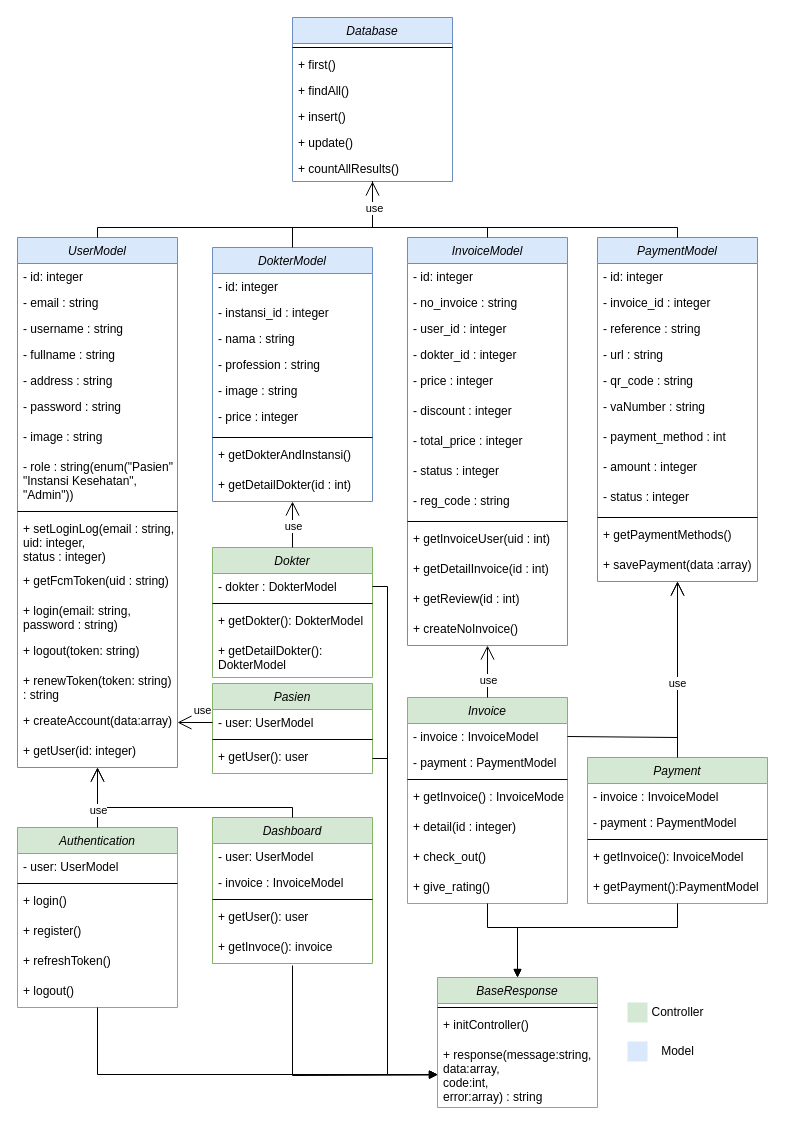
codernewbie04/MyDoc keeps this draw.io diagram as page "Revisi 1.1" (2 of 5) of documents/Class Diagram.drawio. Above is the earlier version. Source tidied: cells renumbered, new cells numbered last; positions are measured from the earlier drawing's top-left corner, leaving out a move shared by most shapes. Both pictures are drawn from the tidied source at 100%, with x=0, y=0 at pixel (17, 17).
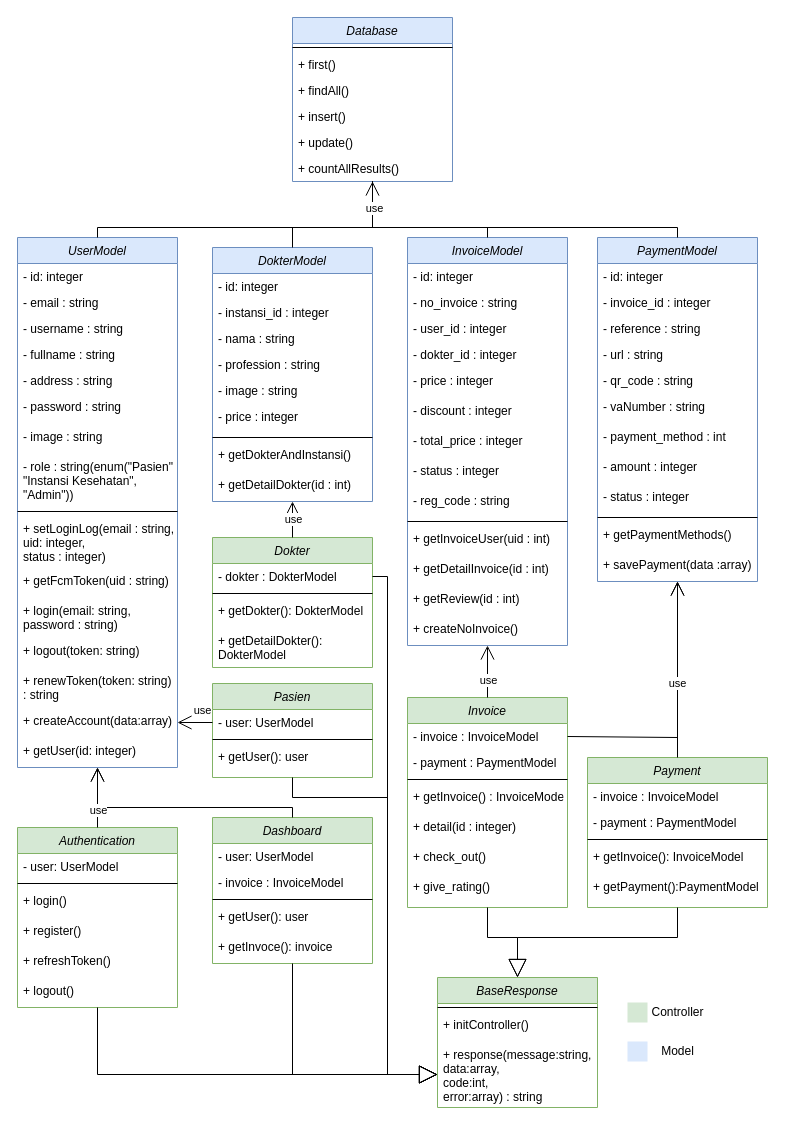
Above is the later version.

Unchanged cells that the change refers to:
```xml
<mxCell id="68" value="Dashboard" style="swimlane;fontStyle=2;align=center;verticalAlign=top;horizontal=1;startSize=26;rounded=0;shadow=0;strokeWidth=1;fillColor=#d5e8d4;strokeColor=#82b366;" parent="1" vertex="1">
  <mxGeometry x="195" y="800" width="160" height="146" as="geometry" />
</mxCell>
<mxCell id="74" value="Authentication" style="swimlane;fontStyle=2;align=center;verticalAlign=top;horizontal=1;startSize=26;rounded=0;shadow=0;strokeWidth=1;fillColor=#d5e8d4;strokeColor=#82b366;" parent="1" vertex="1">
  <mxGeometry y="810" width="160" height="180" as="geometry" />
</mxCell>
<mxCell id="84" value="+ getUser(): user" style="text;align=left;verticalAlign=top;spacingLeft=4;spacingRight=4;overflow=hidden;points=[[0,0.5],[1,0.5]];portConstraint=eastwest;rounded=0;shadow=0;html=0;" parent="81" vertex="1">
  <mxGeometry y="60" width="160" height="30" as="geometry" />
</mxCell>
<mxCell id="99" value="BaseResponse" style="swimlane;fontStyle=2;align=center;verticalAlign=top;horizontal=1;startSize=26;rounded=0;shadow=0;strokeWidth=1;fillColor=#d5e8d4;strokeColor=#82b366;" parent="1" vertex="1">
  <mxGeometry x="420" y="960" width="160" height="130" as="geometry" />
</mxCell>
<mxCell id="102" value="+ response(message:string, &#10;data:array, &#10;code:int, &#10;error:array) : string" style="text;align=left;verticalAlign=top;spacingLeft=4;spacingRight=4;overflow=hidden;points=[[0,0.5],[1,0.5]];portConstraint=eastwest;rounded=0;shadow=0;html=0;" parent="99" vertex="1">
  <mxGeometry y="64" width="160" height="66" as="geometry" />
</mxCell>
<mxCell id="109" value="- dokter : DokterModel" style="text;align=left;verticalAlign=top;spacingLeft=4;spacingRight=4;overflow=hidden;points=[[0,0.5],[1,0.5]];portConstraint=eastwest;" parent="108" vertex="1">
  <mxGeometry y="26" width="160" height="26" as="geometry" />
</mxCell>
```

The edit, as a diff of the source:
```diff
@@
     <mxCell id="81" value="Pasien" style="swimlane;fontStyle=2;align=center;verticalAlign=top;horizontal=1;startSize=26;rounded=0;shadow=0;strokeWidth=1;fillColor=#d5e8d4;strokeColor=#82b366;" parent="1" vertex="1">
-      <mxGeometry x="195" y="666" width="160" height="90" as="geometry" />
+      <mxGeometry x="195" y="666" width="160" height="94" as="geometry" />
     </mxCell>
@@
     <mxCell id="85" value="Invoice" style="swimlane;fontStyle=2;align=center;verticalAlign=top;horizontal=1;startSize=26;rounded=0;shadow=0;strokeWidth=1;fillColor=#d5e8d4;strokeColor=#82b366;" parent="1" vertex="1">
-      <mxGeometry x="390" y="680" width="160" height="206" as="geometry" />
+      <mxGeometry x="390" y="680" width="160" height="210" as="geometry" />
     </mxCell>
@@
     <mxCell id="93" value="Payment" style="swimlane;fontStyle=2;align=center;verticalAlign=top;horizontal=1;startSize=26;rounded=0;shadow=0;strokeWidth=1;fillColor=#d5e8d4;strokeColor=#82b366;" parent="1" vertex="1">
-      <mxGeometry x="570" y="740" width="180" height="146" as="geometry" />
+      <mxGeometry x="570" y="740" width="180" height="150" as="geometry" />
     </mxCell>
@@
-    <mxCell id="103" style="html=1;verticalAlign=bottom;endArrow=block;rounded=0;exitX=0.5;exitY=1;exitDx=0;exitDy=0;entryX=0;entryY=0.5;entryDx=0;entryDy=0;" parent="1" edge="1" source="74" target="102">
-      <mxGeometry relative="1" as="geometry">
-        <Array as="points">
-          <mxPoint x="80" y="1057" />
-        </Array>
-      </mxGeometry>
-    </mxCell>
-    <mxCell id="104" style="html=1;verticalAlign=bottom;endArrow=block;rounded=0;exitX=0.5;exitY=1;exitDx=0;exitDy=0;entryX=0;entryY=0.75;entryDx=0;entryDy=0;" parent="1" edge="1" target="99">
-      <mxGeometry relative="1" as="geometry">
-        <mxPoint x="275" y="948" as="sourcePoint" />
-        <Array as="points">
-          <mxPoint x="275" y="1058" />
-        </Array>
-      </mxGeometry>
-    </mxCell>
-    <mxCell id="105" style="html=1;verticalAlign=bottom;endArrow=block;rounded=0;entryX=0.5;entryY=0;entryDx=0;entryDy=0;exitX=0.5;exitY=1;exitDx=0;exitDy=0;" parent="1" edge="1" source="85" target="99">
-      <mxGeometry relative="1" as="geometry">
-        <Array as="points">
-          <mxPoint x="470" y="910" />
-          <mxPoint x="500" y="910" />
-        </Array>
-      </mxGeometry>
-    </mxCell>
-    <mxCell id="106" style="html=1;verticalAlign=bottom;endArrow=block;rounded=0;entryX=0.5;entryY=0;entryDx=0;entryDy=0;exitX=0.5;exitY=1;exitDx=0;exitDy=0;" parent="1" edge="1" source="93" target="99">
-      <mxGeometry relative="1" as="geometry">
-        <Array as="points">
-          <mxPoint x="660" y="910" />
-          <mxPoint x="500" y="910" />
-        </Array>
-      </mxGeometry>
-    </mxCell>
-    <mxCell id="107" style="html=1;verticalAlign=bottom;endArrow=block;rounded=0;exitX=1;exitY=0.5;exitDx=0;exitDy=0;entryX=0;entryY=0.5;entryDx=0;entryDy=0;" parent="1" edge="1" source="84" target="102">
-      <mxGeometry relative="1" as="geometry">
-        <Array as="points">
-          <mxPoint x="370" y="741" />
-          <mxPoint x="370" y="1057" />
-        </Array>
-      </mxGeometry>
-    </mxCell>
     <mxCell id="108" value="Dokter" style="swimlane;fontStyle=2;align=center;verticalAlign=top;horizontal=1;startSize=26;rounded=0;shadow=0;strokeWidth=1;fillColor=#d5e8d4;strokeColor=#82b366;" parent="1" vertex="1">
-      <mxGeometry x="195" y="530" width="160" height="130" as="geometry" />
+      <mxGeometry x="195" y="520" width="160" height="130" as="geometry" />
     </mxCell>
@@
-    <mxCell id="113" style="html=1;verticalAlign=bottom;endArrow=block;rounded=0;exitX=1;exitY=0.5;exitDx=0;exitDy=0;entryX=0;entryY=0.5;entryDx=0;entryDy=0;" parent="1" edge="1" source="109" target="102">
-      <mxGeometry relative="1" as="geometry">
-        <Array as="points">
-          <mxPoint x="370" y="569" />
-          <mxPoint x="370" y="1057" />
-        </Array>
-      </mxGeometry>
-    </mxCell>
@@
+    <mxCell id="103" value="&lt;font style=&quot;font-size: 7px;&quot;&gt;&lt;br&gt;&lt;/font&gt;" style="endArrow=block;endSize=16;endFill=0;html=1;rounded=0;fontFamily=Helvetica;fontSize=6;fontColor=default;exitX=0.5;exitY=1;exitDx=0;exitDy=0;entryX=0;entryY=0.5;entryDx=0;entryDy=0;" parent="1" edge="1" source="74" target="102">
+      <mxGeometry x="-0.43" y="12" relative="1" as="geometry">
+        <Array as="points">
+          <mxPoint x="80" y="1057" />
+        </Array>
+      </mxGeometry>
+    </mxCell>
+    <mxCell id="134" value="&lt;font style=&quot;font-size: 7px;&quot;&gt;&lt;br&gt;&lt;/font&gt;" style="endArrow=block;endSize=16;endFill=0;html=1;rounded=0;fontFamily=Helvetica;fontSize=6;fontColor=default;exitX=0.5;exitY=1;exitDx=0;exitDy=0;entryX=0;entryY=0.5;entryDx=0;entryDy=0;" parent="1" edge="1" source="68" target="102">
+      <mxGeometry x="-0.43" y="12" relative="1" as="geometry">
+        <Array as="points">
+          <mxPoint x="275" y="1057" />
+        </Array>
+      </mxGeometry>
+    </mxCell>
+    <mxCell id="135" value="&lt;font style=&quot;font-size: 7px;&quot;&gt;&lt;br&gt;&lt;/font&gt;" style="endArrow=block;endSize=16;endFill=0;html=1;rounded=0;fontFamily=Helvetica;fontSize=6;fontColor=default;entryX=0;entryY=0.5;entryDx=0;entryDy=0;exitX=0.5;exitY=1;exitDx=0;exitDy=0;" parent="1" edge="1" source="81" target="102">
+      <mxGeometry x="-0.43" y="12" relative="1" as="geometry">
+        <Array as="points">
+          <mxPoint x="275" y="780" />
+          <mxPoint x="370" y="780" />
+          <mxPoint x="370" y="1057" />
+        </Array>
+      </mxGeometry>
+    </mxCell>
+    <mxCell id="106" value="&lt;font style=&quot;font-size: 7px;&quot;&gt;&lt;br&gt;&lt;/font&gt;" style="endArrow=block;endSize=16;endFill=0;html=1;rounded=0;fontFamily=Helvetica;fontSize=6;fontColor=default;entryX=0.5;entryY=0;entryDx=0;entryDy=0;exitX=0.5;exitY=1;exitDx=0;exitDy=0;" parent="1" edge="1" source="93" target="99">
+      <mxGeometry x="-0.43" y="12" relative="1" as="geometry">
+        <Array as="points">
+          <mxPoint x="660" y="920" />
+          <mxPoint x="500" y="920" />
+        </Array>
+      </mxGeometry>
+    </mxCell>
+    <mxCell id="105" value="&lt;font style=&quot;font-size: 7px;&quot;&gt;&lt;br&gt;&lt;/font&gt;" style="endArrow=block;endSize=16;endFill=0;html=1;rounded=0;fontFamily=Helvetica;fontSize=6;fontColor=default;entryX=0.5;entryY=0;entryDx=0;entryDy=0;exitX=0.5;exitY=1;exitDx=0;exitDy=0;" parent="1" edge="1" source="85" target="99">
+      <mxGeometry x="-0.43" y="12" relative="1" as="geometry">
+        <Array as="points">
+          <mxPoint x="470" y="920" />
+          <mxPoint x="500" y="920" />
+        </Array>
+      </mxGeometry>
+    </mxCell>
+    <mxCell id="113" value="&lt;font style=&quot;font-size: 7px;&quot;&gt;&lt;br&gt;&lt;/font&gt;" style="endArrow=block;endSize=16;endFill=0;html=1;rounded=0;fontFamily=Helvetica;fontSize=6;fontColor=default;exitX=1;exitY=0.5;exitDx=0;exitDy=0;entryX=0;entryY=0.5;entryDx=0;entryDy=0;" parent="1" edge="1" source="109" target="102">
+      <mxGeometry x="-0.43" y="12" relative="1" as="geometry">
+        <Array as="points">
+          <mxPoint x="370" y="559" />
+          <mxPoint x="370" y="790" />
+          <mxPoint x="370" y="1057" />
+        </Array>
+      </mxGeometry>
+    </mxCell>
```
